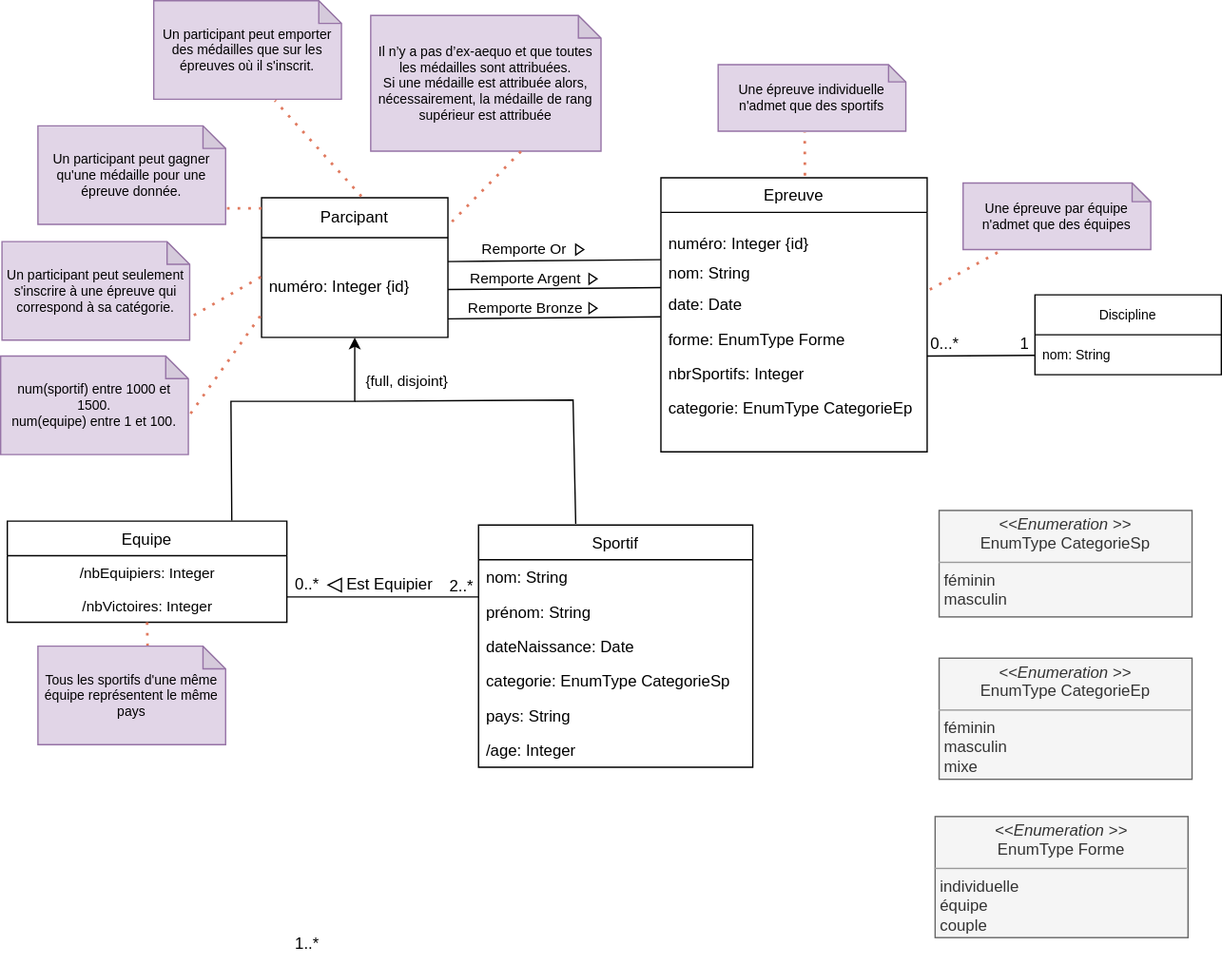
Above: UML.svg in AEtheve/CEBD-PROJET-JO (draw.io), before the change. Source tidied: cells renumbered, new cells last; positions are measured from the earlier drawing's top-left corner, leaving out a move shared by most shapes.
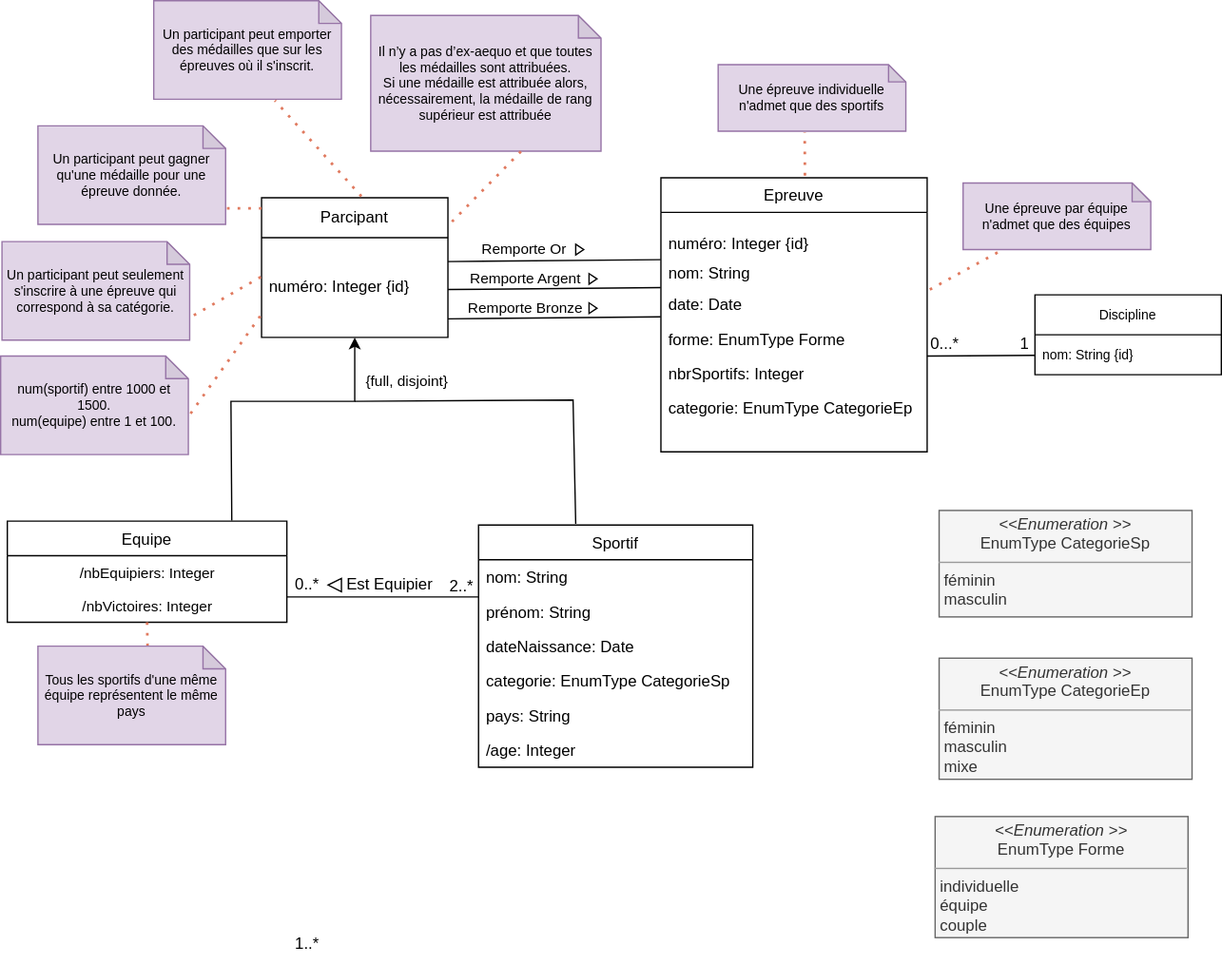
Above is the later version.

The edit, as a diff of the source:
```diff
@@ -160,7 +160,7 @@
     <mxCell id="46" value="Discipline" style="swimlane;fontStyle=0;horizontal=1;startSize=30;whiteSpace=wrap;html=1;fontSize=10;" parent="1" vertex="1">
       <mxGeometry x="777" y="221" width="140" height="60" as="geometry" />
     </mxCell>
-    <mxCell id="47" value="nom: String" style="text;strokeColor=none;fillColor=none;align=left;verticalAlign=middle;spacingLeft=4;spacingRight=4;overflow=hidden;points=[[0,0.5],[1,0.5]];portConstraint=eastwest;whiteSpace=wrap;html=1;fontSize=10;" parent="46" vertex="1">
+    <mxCell id="47" value="nom: String {id}" style="text;strokeColor=none;fillColor=none;align=left;verticalAlign=middle;spacingLeft=4;spacingRight=4;overflow=hidden;points=[[0,0.5],[1,0.5]];portConstraint=eastwest;whiteSpace=wrap;html=1;fontSize=10;" parent="46" vertex="1">
       <mxGeometry y="30" width="140" height="30" as="geometry" />
     </mxCell>
     <mxCell id="48" style="endArrow=none;html=1;rounded=0;fontSize=10;" parent="1" edge="1" target="47">
```
